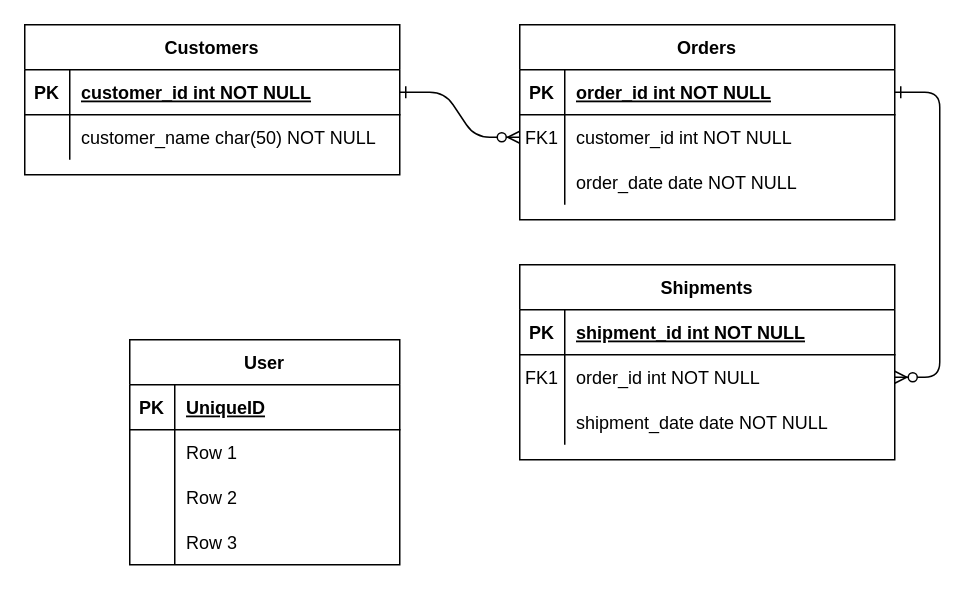
Above: Untitled Diagram.drawio in JonathanSun218/USC-CSCI-585 (draw.io), before the change. Source tidied: cells renumbered, new cells numbered last; positions are measured from the earlier drawing's top-left corner, leaving out a move shared by most shapes. Both pictures are drawn from the tidied source at 150%, with x=0, y=0 at pixel (24, 24).
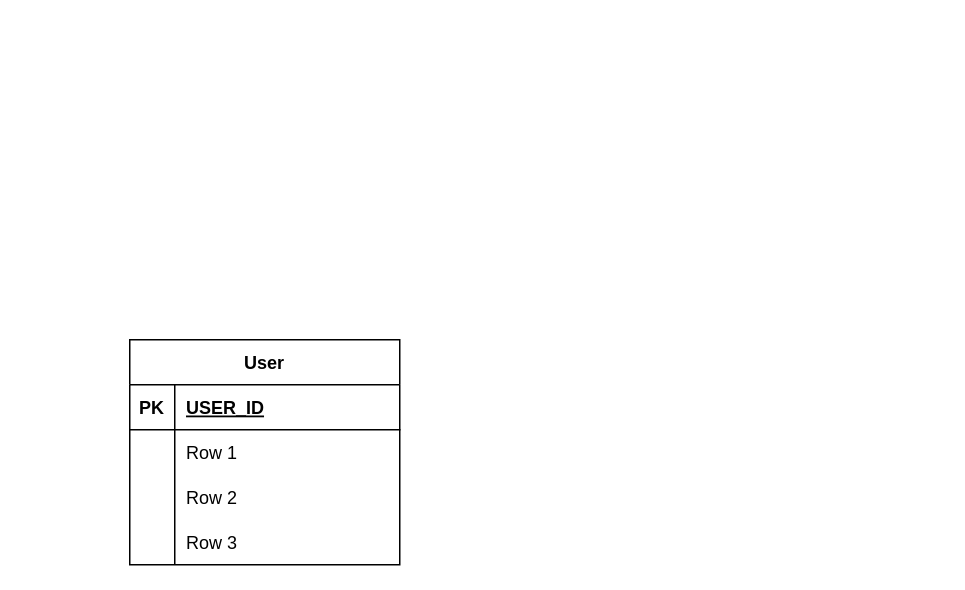
The same diagram, later.

The change refers to these unchanged cells:
```xml
<mxCell id="32" style="shape=tableRow;horizontal=0;startSize=0;swimlaneHead=0;swimlaneBody=0;fillColor=none;top=0;left=0;right=0;bottom=1;" parent="31" vertex="1">
  <mxGeometry y="30" width="180" height="30" as="geometry" />
</mxCell>
```

What changed in the source:
```diff
@@
-    <mxCell id="2" style="edgeStyle=entityRelationEdgeStyle;endArrow=ERzeroToMany;startArrow=ERone;endFill=1;startFill=0;" parent="1" edge="1" source="25" target="8">
-      <mxGeometry relative="1" as="geometry" />
-    </mxCell>
-    <mxCell id="3" style="edgeStyle=entityRelationEdgeStyle;endArrow=ERzeroToMany;startArrow=ERone;endFill=1;startFill=0;" parent="1" edge="1" source="5" target="18">
-      <mxGeometry relative="1" as="geometry" />
-    </mxCell>
-    <mxCell id="4" value="Orders" style="shape=table;startSize=30;childLayout=tableLayout;rowLines=0;fontStyle=1;align=center;" parent="1" vertex="1">
-      <mxGeometry x="330" width="250" height="130" as="geometry" />
-    </mxCell>
-    <mxCell id="5" style="shape=partialRectangle;fillColor=none;points=[[0,0.5],[1,0.5]];portConstraint=eastwest;top=0;left=0;right=0;bottom=1;" parent="4" vertex="1">
-      <mxGeometry y="30" width="250" height="30" as="geometry" />
-    </mxCell>
-    <mxCell id="6" value="PK" style="shape=partialRectangle;overflow=hidden;fillColor=none;top=0;left=0;bottom=0;right=0;fontStyle=1;" parent="5" vertex="1">
-      <mxGeometry width="30" height="30" as="geometry" />
-    </mxCell>
-    <mxCell id="7" value="order_id int NOT NULL " style="shape=partialRectangle;overflow=hidden;fillColor=none;top=0;left=0;bottom=0;right=0;align=left;spacingLeft=6;fontStyle=5;" parent="5" vertex="1">
-      <mxGeometry x="30" width="220" height="30" as="geometry" />
-    </mxCell>
-    <mxCell id="8" style="shape=partialRectangle;fillColor=none;points=[[0,0.5],[1,0.5]];portConstraint=eastwest;top=0;left=0;right=0;bottom=0;" parent="4" vertex="1">
-      <mxGeometry y="60" width="250" height="30" as="geometry" />
-    </mxCell>
-    <mxCell id="9" value="FK1" style="shape=partialRectangle;overflow=hidden;fillColor=none;top=0;left=0;bottom=0;right=0;" parent="8" vertex="1">
-      <mxGeometry width="30" height="30" as="geometry" />
-    </mxCell>
-    <mxCell id="10" value="customer_id int NOT NULL" style="shape=partialRectangle;overflow=hidden;fillColor=none;top=0;left=0;bottom=0;right=0;align=left;spacingLeft=6;" parent="8" vertex="1">
-      <mxGeometry x="30" width="220" height="30" as="geometry" />
-    </mxCell>
-    <mxCell id="11" style="shape=partialRectangle;fillColor=none;top=0;left=0;right=0;bottom=0;" parent="4" vertex="1">
-      <mxGeometry y="90" width="250" height="30" as="geometry" />
-    </mxCell>
-    <mxCell id="12" style="shape=partialRectangle;overflow=hidden;fillColor=none;top=0;left=0;bottom=0;right=0;" parent="11" vertex="1">
-      <mxGeometry width="30" height="30" as="geometry" />
-    </mxCell>
-    <mxCell id="13" value="order_date date NOT NULL" style="shape=partialRectangle;overflow=hidden;fillColor=none;top=0;left=0;bottom=0;right=0;align=left;spacingLeft=6;" parent="11" vertex="1">
-      <mxGeometry x="30" width="220" height="30" as="geometry" />
-    </mxCell>
-    <mxCell id="14" value="Shipments" style="shape=table;startSize=30;childLayout=tableLayout;rowLines=0;fontStyle=1;align=center;" parent="1" vertex="1">
-      <mxGeometry x="330" y="160" width="250" height="130" as="geometry" />
-    </mxCell>
-    <mxCell id="15" style="shape=partialRectangle;fillColor=none;top=0;left=0;right=0;bottom=1;" parent="14" vertex="1">
-      <mxGeometry y="30" width="250" height="30" as="geometry" />
-    </mxCell>
-    <mxCell id="16" value="PK" style="shape=partialRectangle;overflow=hidden;fillColor=none;top=0;left=0;bottom=0;right=0;fontStyle=1;" parent="15" vertex="1">
-      <mxGeometry width="30" height="30" as="geometry" />
-    </mxCell>
-    <mxCell id="17" value="shipment_id int NOT NULL " style="shape=partialRectangle;overflow=hidden;fillColor=none;top=0;left=0;bottom=0;right=0;align=left;spacingLeft=6;fontStyle=5;" parent="15" vertex="1">
-      <mxGeometry x="30" width="220" height="30" as="geometry" />
-    </mxCell>
-    <mxCell id="18" style="shape=partialRectangle;fillColor=none;points=[[0,0.5],[1,0.5]];portConstraint=eastwest;top=0;left=0;right=0;bottom=0;" parent="14" vertex="1">
-      <mxGeometry y="60" width="250" height="30" as="geometry" />
-    </mxCell>
-    <mxCell id="19" value="FK1" style="shape=partialRectangle;overflow=hidden;fillColor=none;top=0;left=0;bottom=0;right=0;" parent="18" vertex="1">
-      <mxGeometry width="30" height="30" as="geometry" />
-    </mxCell>
-    <mxCell id="20" value="order_id int NOT NULL" style="shape=partialRectangle;overflow=hidden;fillColor=none;top=0;left=0;bottom=0;right=0;align=left;spacingLeft=6;" parent="18" vertex="1">
-      <mxGeometry x="30" width="220" height="30" as="geometry" />
-    </mxCell>
-    <mxCell id="21" style="shape=partialRectangle;fillColor=none;top=0;left=0;right=0;bottom=0;" parent="14" vertex="1">
-      <mxGeometry y="90" width="250" height="30" as="geometry" />
-    </mxCell>
-    <mxCell id="22" style="shape=partialRectangle;overflow=hidden;fillColor=none;top=0;left=0;bottom=0;right=0;" parent="21" vertex="1">
-      <mxGeometry width="30" height="30" as="geometry" />
-    </mxCell>
-    <mxCell id="23" value="shipment_date date NOT NULL" style="shape=partialRectangle;overflow=hidden;fillColor=none;top=0;left=0;bottom=0;right=0;align=left;spacingLeft=6;" parent="21" vertex="1">
-      <mxGeometry x="30" width="220" height="30" as="geometry" />
-    </mxCell>
-    <mxCell id="24" value="Customers" style="shape=table;startSize=30;childLayout=tableLayout;rowLines=0;fontStyle=1;align=center;" parent="1" vertex="1">
-      <mxGeometry width="250" height="100" as="geometry" />
-    </mxCell>
-    <mxCell id="25" style="shape=partialRectangle;fillColor=none;points=[[0,0.5],[1,0.5]];portConstraint=eastwest;top=0;left=0;right=0;bottom=1;" parent="24" vertex="1">
-      <mxGeometry y="30" width="250" height="30" as="geometry" />
-    </mxCell>
-    <mxCell id="26" value="PK" style="shape=partialRectangle;overflow=hidden;fillColor=none;top=0;left=0;bottom=0;right=0;fontStyle=1;" parent="25" vertex="1">
-      <mxGeometry width="30" height="30" as="geometry" />
-    </mxCell>
-    <mxCell id="27" value="customer_id int NOT NULL " style="shape=partialRectangle;overflow=hidden;fillColor=none;top=0;left=0;bottom=0;right=0;align=left;spacingLeft=6;fontStyle=5;" parent="25" vertex="1">
-      <mxGeometry x="30" width="220" height="30" as="geometry" />
-    </mxCell>
-    <mxCell id="28" style="shape=partialRectangle;fillColor=none;top=0;left=0;right=0;bottom=0;" parent="24" vertex="1">
-      <mxGeometry y="60" width="250" height="30" as="geometry" />
-    </mxCell>
-    <mxCell id="29" style="shape=partialRectangle;overflow=hidden;fillColor=none;top=0;left=0;bottom=0;right=0;" parent="28" vertex="1">
-      <mxGeometry width="30" height="30" as="geometry" />
-    </mxCell>
-    <mxCell id="30" value="customer_name char(50) NOT NULL" style="shape=partialRectangle;overflow=hidden;fillColor=none;top=0;left=0;bottom=0;right=0;align=left;spacingLeft=6;" parent="28" vertex="1">
-      <mxGeometry x="30" width="220" height="30" as="geometry" />
-    </mxCell>
@@
-    <mxCell id="34" value="UniqueID" style="shape=partialRectangle;fillColor=none;top=0;left=0;bottom=0;right=0;align=left;spacingLeft=6;fontStyle=5;overflow=hidden;" parent="32" vertex="1">
+    <mxCell id="34" value="USER_ID" style="shape=partialRectangle;fillColor=none;top=0;left=0;bottom=0;right=0;align=left;spacingLeft=6;fontStyle=5;overflow=hidden;" parent="32" vertex="1">
       <mxGeometry x="30" width="150" height="30" as="geometry" />
     </mxCell>
```
